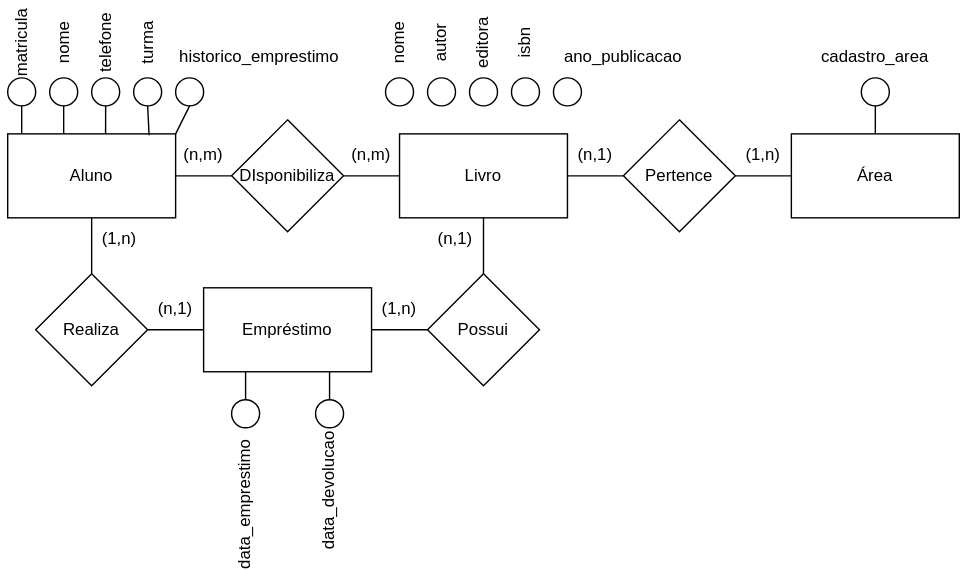
Earlier version of the draw.io export Lista2_04-04/Ex2.svg (andreeeeeeeee/Engenharia_Software). Source tidied: cells renumbered, new cells last; positions are measured from the earlier drawing's top-left corner, leaving out a move shared by most shapes.
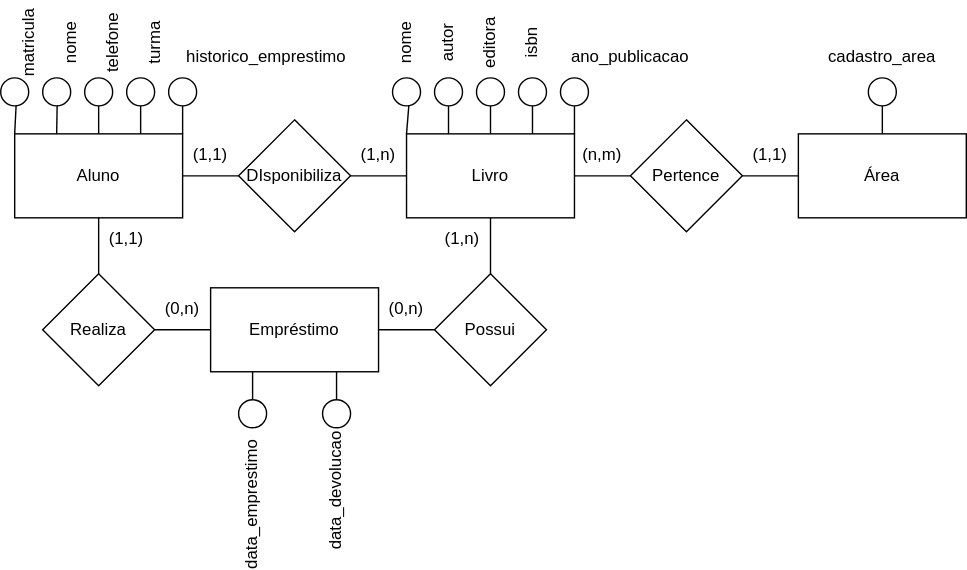
The same diagram one commit later.

Diff of the diagram source:
```diff
@@ -52,41 +52,35 @@
     <mxCell id="17" style="endArrow=none;html=1;rounded=0;entryX=0.5;entryY=1;entryDx=0;entryDy=0;exitX=0.5;exitY=0;exitDx=0;exitDy=0;" parent="1" edge="1" source="9" target="4">
       <mxGeometry relative="1" as="geometry" />
     </mxCell>
-    <mxCell id="18" value="(n,m)" style="text;html=1;strokeColor=none;fillColor=none;align=center;verticalAlign=middle;whiteSpace=wrap;rounded=0;" parent="1" vertex="1">
+    <mxCell id="18" value="(1,1)" style="text;html=1;strokeColor=none;fillColor=none;align=center;verticalAlign=middle;whiteSpace=wrap;rounded=0;" parent="1" vertex="1">
       <mxGeometry x="130" y="80" width="60" height="30" as="geometry" />
     </mxCell>
-    <mxCell id="19" value="(n,m)" style="text;html=1;strokeColor=none;fillColor=none;align=center;verticalAlign=middle;whiteSpace=wrap;rounded=0;" parent="1" vertex="1">
-      <mxGeometry x="250" y="80" width="60" height="30" as="geometry" />
-    </mxCell>
-    <mxCell id="20" value="(n,1)" style="text;html=1;strokeColor=none;fillColor=none;align=center;verticalAlign=middle;whiteSpace=wrap;rounded=0;" parent="1" vertex="1">
-      <mxGeometry x="410" y="80" width="60" height="30" as="geometry" />
-    </mxCell>
-    <mxCell id="21" value="(1,n)" style="text;html=1;strokeColor=none;fillColor=none;align=center;verticalAlign=middle;whiteSpace=wrap;rounded=0;" parent="1" vertex="1">
+    <mxCell id="21" value="(1,1)" style="text;html=1;strokeColor=none;fillColor=none;align=center;verticalAlign=middle;whiteSpace=wrap;rounded=0;" parent="1" vertex="1">
       <mxGeometry x="530" y="80" width="60" height="30" as="geometry" />
     </mxCell>
-    <mxCell id="22" value="(1,n)" style="text;html=1;strokeColor=none;fillColor=none;align=center;verticalAlign=middle;whiteSpace=wrap;rounded=0;" parent="1" vertex="1">
+    <mxCell id="22" value="(1,1)" style="text;html=1;strokeColor=none;fillColor=none;align=center;verticalAlign=middle;whiteSpace=wrap;rounded=0;" parent="1" vertex="1">
       <mxGeometry x="70" y="140" width="60" height="30" as="geometry" />
     </mxCell>
-    <mxCell id="23" value="(n,1)" style="text;html=1;strokeColor=none;fillColor=none;align=center;verticalAlign=middle;whiteSpace=wrap;rounded=0;" parent="1" vertex="1">
+    <mxCell id="23" value="(0,n)" style="text;html=1;strokeColor=none;fillColor=none;align=center;verticalAlign=middle;whiteSpace=wrap;rounded=0;" parent="1" vertex="1">
       <mxGeometry x="110" y="190" width="60" height="30" as="geometry" />
     </mxCell>
-    <mxCell id="24" value="(1,n)" style="text;html=1;strokeColor=none;fillColor=none;align=center;verticalAlign=middle;whiteSpace=wrap;rounded=0;" parent="1" vertex="1">
+    <mxCell id="24" value="(0,n)" style="text;html=1;strokeColor=none;fillColor=none;align=center;verticalAlign=middle;whiteSpace=wrap;rounded=0;" parent="1" vertex="1">
       <mxGeometry x="270" y="190" width="60" height="30" as="geometry" />
     </mxCell>
-    <mxCell id="25" value="(n,1)" style="text;html=1;strokeColor=none;fillColor=none;align=center;verticalAlign=middle;whiteSpace=wrap;rounded=0;" parent="1" vertex="1">
+    <mxCell id="25" value="(1,n)" style="text;html=1;strokeColor=none;fillColor=none;align=center;verticalAlign=middle;whiteSpace=wrap;rounded=0;" parent="1" vertex="1">
       <mxGeometry x="310" y="140" width="60" height="30" as="geometry" />
     </mxCell>
     <mxCell id="26" style="ellipse;whiteSpace=wrap;html=1;" parent="1" vertex="1">
-      <mxGeometry x="20" y="40" width="20" height="20" as="geometry" />
+      <mxGeometry x="10" y="40" width="20" height="20" as="geometry" />
     </mxCell>
     <mxCell id="27" style="ellipse;whiteSpace=wrap;html=1;" parent="1" vertex="1">
-      <mxGeometry x="50" y="40" width="20" height="20" as="geometry" />
+      <mxGeometry x="40" y="40" width="20" height="20" as="geometry" />
     </mxCell>
     <mxCell id="28" style="ellipse;whiteSpace=wrap;html=1;" parent="1" vertex="1">
-      <mxGeometry x="80" y="40" width="20" height="20" as="geometry" />
+      <mxGeometry x="70" y="40" width="20" height="20" as="geometry" />
     </mxCell>
     <mxCell id="29" style="ellipse;whiteSpace=wrap;html=1;" parent="1" vertex="1">
-      <mxGeometry x="110" y="40" width="20" height="20" as="geometry" />
+      <mxGeometry x="100" y="40" width="20" height="20" as="geometry" />
     </mxCell>
     <mxCell id="30" value="matricula" style="text;html=1;strokeColor=none;fillColor=none;align=center;verticalAlign=middle;whiteSpace=wrap;rounded=0;rotation=-90;" parent="1" vertex="1">
       <mxGeometry width="60" height="30" as="geometry" />
@@ -101,30 +95,26 @@
       <mxGeometry x="90" width="60" height="30" as="geometry" />
     </mxCell>
     <mxCell id="34" style="ellipse;whiteSpace=wrap;html=1;" parent="1" vertex="1">
-      <mxGeometry x="140" y="40" width="20" height="20" as="geometry" />
+      <mxGeometry x="130" y="40" width="20" height="20" as="geometry" />
     </mxCell>
     <mxCell id="35" value="historico_emprestimo" style="text;html=1;strokeColor=none;fillColor=none;align=center;verticalAlign=middle;whiteSpace=wrap;rounded=0;rotation=0;" parent="1" vertex="1">
       <mxGeometry x="170" y="10" width="60" height="30" as="geometry" />
     </mxCell>
-    <mxCell id="36" style="endArrow=none;html=1;rounded=0;entryX=0.5;entryY=1;entryDx=0;entryDy=0;" parent="1" edge="1" target="27">
-      <mxGeometry relative="1" as="geometry">
-        <mxPoint x="60" y="80" as="sourcePoint" />
-      </mxGeometry>
+    <mxCell id="36" style="endArrow=none;html=1;rounded=0;exitX=0.25;exitY=0;exitDx=0;exitDy=0;" parent="1" edge="1" source="2" target="27">
+      <mxGeometry relative="1" as="geometry" />
     </mxCell>
-    <mxCell id="37" style="endArrow=none;html=1;rounded=0;entryX=0.5;entryY=1;entryDx=0;entryDy=0;" parent="1" edge="1" target="26">
-      <mxGeometry relative="1" as="geometry">
-        <mxPoint x="30" y="80" as="sourcePoint" />
-      </mxGeometry>
+    <mxCell id="37" style="endArrow=none;html=1;rounded=0;exitX=0;exitY=0;exitDx=0;exitDy=0;" parent="1" edge="1" source="2" target="26">
+      <mxGeometry relative="1" as="geometry" />
     </mxCell>
-    <mxCell id="38" style="endArrow=none;html=1;rounded=0;entryX=0.5;entryY=1;entryDx=0;entryDy=0;exitX=0.583;exitY=0;exitDx=0;exitDy=0;exitPerimeter=0;" parent="1" edge="1" source="2" target="28">
+    <mxCell id="38" style="endArrow=none;html=1;rounded=0;exitX=0.5;exitY=0;exitDx=0;exitDy=0;" parent="1" edge="1" source="2" target="28">
       <mxGeometry relative="1" as="geometry" />
     </mxCell>
-    <mxCell id="39" style="endArrow=none;html=1;rounded=0;entryX=0.5;entryY=1;entryDx=0;entryDy=0;" parent="1" edge="1" target="34">
+    <mxCell id="39" style="endArrow=none;html=1;rounded=0;" parent="1" edge="1" target="34">
       <mxGeometry relative="1" as="geometry">
         <mxPoint x="140" y="80" as="sourcePoint" />
       </mxGeometry>
     </mxCell>
-    <mxCell id="40" style="endArrow=none;html=1;rounded=0;entryX=0.5;entryY=1;entryDx=0;entryDy=0;exitX=0.842;exitY=0.017;exitDx=0;exitDy=0;exitPerimeter=0;" parent="1" edge="1" source="2" target="29">
+    <mxCell id="40" style="endArrow=none;html=1;rounded=0;exitX=0.75;exitY=0;exitDx=0;exitDy=0;" parent="1" edge="1" source="2" target="29">
       <mxGeometry relative="1" as="geometry" />
     </mxCell>
     <mxCell id="41" style="ellipse;whiteSpace=wrap;html=1;" parent="1" vertex="1">
@@ -184,5 +174,26 @@
     <mxCell id="59" value="data_devolucao" style="text;html=1;strokeColor=none;fillColor=none;align=center;verticalAlign=middle;whiteSpace=wrap;rounded=0;rotation=-90;" parent="1" vertex="1">
       <mxGeometry x="220" y="320" width="60" height="30" as="geometry" />
     </mxCell>
+    <mxCell id="60" style="endArrow=none;html=1;rounded=0;exitX=0;exitY=0;exitDx=0;exitDy=0;" parent="1" edge="1" source="4" target="41">
+      <mxGeometry relative="1" as="geometry" />
+    </mxCell>
+    <mxCell id="61" style="endArrow=none;html=1;rounded=0;exitX=0.25;exitY=0;exitDx=0;exitDy=0;" parent="1" edge="1" source="4" target="42">
+      <mxGeometry relative="1" as="geometry" />
+    </mxCell>
+    <mxCell id="62" style="endArrow=none;html=1;rounded=0;exitX=0.5;exitY=0;exitDx=0;exitDy=0;" parent="1" edge="1" source="4" target="43">
+      <mxGeometry relative="1" as="geometry" />
+    </mxCell>
+    <mxCell id="63" style="endArrow=none;html=1;rounded=0;exitX=0.75;exitY=0;exitDx=0;exitDy=0;" parent="1" edge="1" source="4" target="44">
+      <mxGeometry relative="1" as="geometry" />
+    </mxCell>
+    <mxCell id="64" style="endArrow=none;html=1;rounded=0;entryX=1;entryY=0;entryDx=0;entryDy=0;" parent="1" edge="1" source="45" target="4">
+      <mxGeometry relative="1" as="geometry" />
+    </mxCell>
+    <mxCell id="65" value="(1,n)" style="text;html=1;strokeColor=none;fillColor=none;align=center;verticalAlign=middle;whiteSpace=wrap;rounded=0;" parent="1" vertex="1">
+      <mxGeometry x="250" y="80" width="60" height="30" as="geometry" />
+    </mxCell>
+    <mxCell id="19" value="(n,m)" style="text;html=1;strokeColor=none;fillColor=none;align=center;verticalAlign=middle;whiteSpace=wrap;rounded=0;" parent="1" vertex="1">
+      <mxGeometry x="410" y="80" width="60" height="30" as="geometry" />
+    </mxCell>
   </root>
 </mxGraphModel>
```
